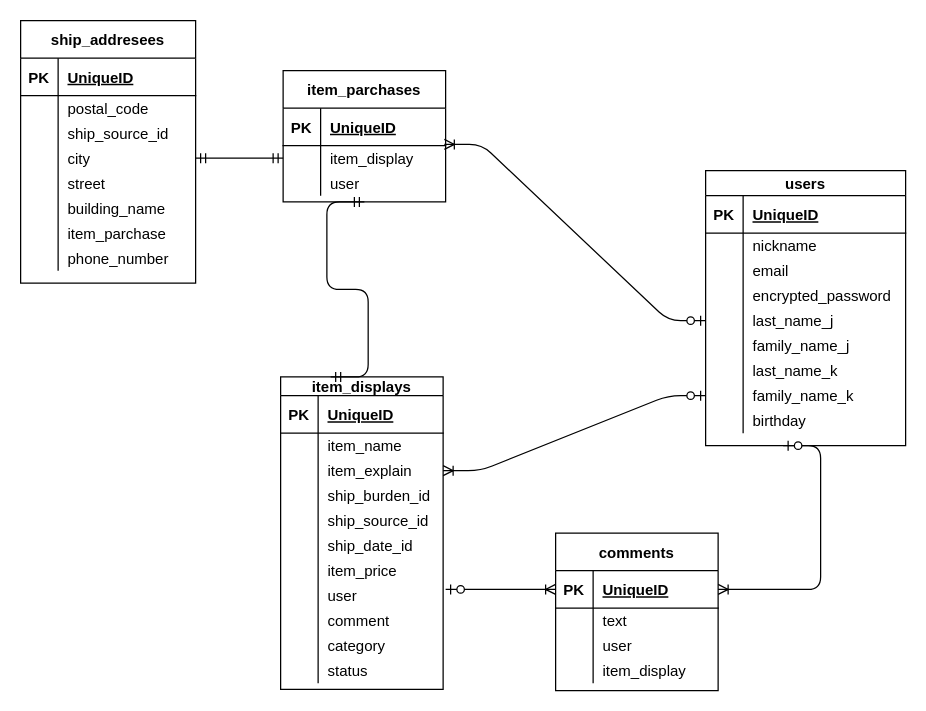
This is ERfigure.dio from chichida1111/furima-34391, a draw.io file, before an edit. Source tidied: cells renumbered, new cells numbered last; positions are measured from the earlier drawing's top-left corner, leaving out a move shared by most shapes. Both pictures are drawn from the tidied source at 125%, with x=0, y=0 at pixel (20, 20).
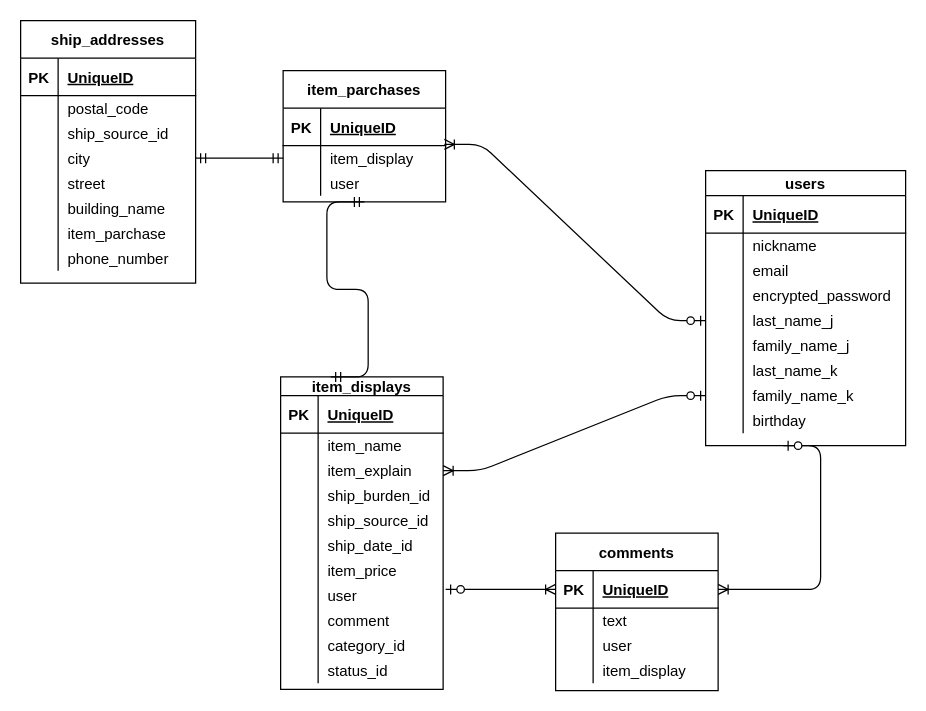
The same page after the edit.

Commit message (it also covers changes not shown here):
データベース設計rev02

The change refers to these unchanged cells:
```xml
<mxCell id="71" style="shape=partialRectangle;fillColor=none;top=0;left=0;bottom=0;right=0;" parent="43" vertex="1">
  <mxGeometry y="205" width="130" height="20" as="geometry" />
</mxCell>
<mxCell id="74" style="shape=partialRectangle;fillColor=none;top=0;left=0;bottom=0;right=0;" parent="43" vertex="1">
  <mxGeometry y="225" width="130" height="20" as="geometry" />
</mxCell>
```

Diff of the diagram source:
```diff
@@
-    <mxCell id="73" value="category" style="shape=partialRectangle;fillColor=none;top=0;left=0;bottom=0;right=0;align=left;spacingLeft=6;overflow=hidden;" parent="71" vertex="1">
+    <mxCell id="73" value="category_id" style="shape=partialRectangle;fillColor=none;top=0;left=0;bottom=0;right=0;align=left;spacingLeft=6;overflow=hidden;" parent="71" vertex="1">
       <mxGeometry x="30" width="100" height="20" as="geometry" />
     </mxCell>
@@
-    <mxCell id="76" value="status" style="shape=partialRectangle;fillColor=none;top=0;left=0;bottom=0;right=0;align=left;spacingLeft=6;overflow=hidden;" parent="74" vertex="1">
+    <mxCell id="76" value="status_id" style="shape=partialRectangle;fillColor=none;top=0;left=0;bottom=0;right=0;align=left;spacingLeft=6;overflow=hidden;" parent="74" vertex="1">
       <mxGeometry x="30" width="100" height="20" as="geometry" />
     </mxCell>
@@
-    <mxCell id="87" value="ship_addresees" style="shape=table;startSize=30;childLayout=tableLayout;rowLines=0;fontStyle=1;align=center;" parent="1" vertex="1">
+    <mxCell id="87" value="ship_addresses" style="shape=table;startSize=30;childLayout=tableLayout;rowLines=0;fontStyle=1;align=center;" parent="1" vertex="1">
       <mxGeometry width="140" height="210" as="geometry" />
     </mxCell>
```
